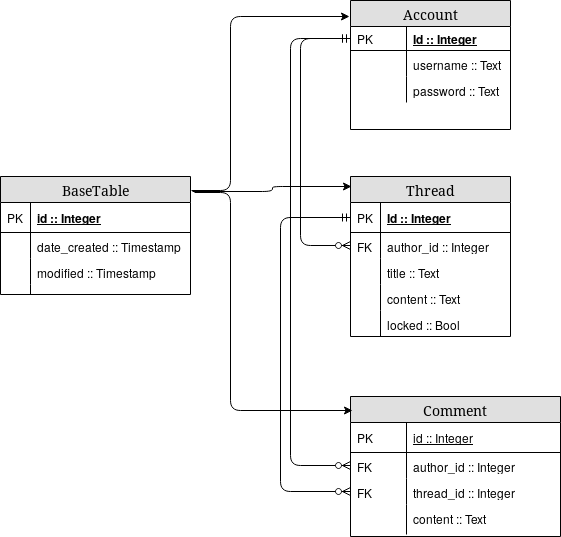
Before: docs/ERD_diagram.png, a diagram exported from draw.io (TetsuHari/MinimalForum). Source tidied: cells renumbered, new cells last; positions are measured from the earlier drawing's top-left corner, leaving out a move shared by most shapes. The source it was exported from:
```xml
<mxGraphModel background="#ffffff">
  <root>
    <mxCell id="0" />
    <mxCell id="1" parent="0" />
    <mxCell id="2" value="Account" style="swimlane;html=1;fontStyle=0;horizontal=1;startSize=26;fillColor=#e0e0e0;swimlaneFillColor=#ffffff;align=center;rounded=0;shadow=0;comic=0;labelBackgroundColor=none;strokeColor=#000000;strokeWidth=1;fontFamily=Verdana;fontSize=14;fontColor=#000000;" parent="1" vertex="1">
      <mxGeometry x="350" width="160" height="129" as="geometry" />
    </mxCell>
    <mxCell id="3" value="&lt;b&gt;Id :: Integer&lt;br&gt;&lt;/b&gt;" style="shape=partialRectangle;top=0;left=0;right=0;bottom=1;html=1;align=left;verticalAlign=middle;fillColor=none;spacingLeft=60;spacingRight=4;whiteSpace=wrap;overflow=hidden;points=[[0,0.5],[1,0.5]];portConstraint=eastwest;fontStyle=4;" parent="2" vertex="1">
      <mxGeometry y="26" width="160" height="24" as="geometry" />
    </mxCell>
    <mxCell id="4" value="PK" style="shape=partialRectangle;fontStyle=0;top=0;left=0;bottom=0;html=1;fillColor=none;align=left;verticalAlign=middle;spacingLeft=4;spacingRight=4;whiteSpace=wrap;overflow=hidden;" parent="3" vertex="1">
      <mxGeometry width="56" height="24" as="geometry" />
    </mxCell>
    <mxCell id="5" value="username :: Text" style="shape=partialRectangle;top=0;left=0;right=0;bottom=0;html=1;align=left;verticalAlign=top;fillColor=none;spacingLeft=60;spacingRight=4;whiteSpace=wrap;overflow=hidden;" parent="2" vertex="1">
      <mxGeometry y="50" width="160" height="26" as="geometry" />
    </mxCell>
    <mxCell id="6" style="shape=partialRectangle;top=0;left=0;bottom=0;html=1;fillColor=none;align=left;verticalAlign=top;spacingLeft=4;spacingRight=4;whiteSpace=wrap;overflow=hidden;" parent="5" vertex="1">
      <mxGeometry width="56" height="26" as="geometry" />
    </mxCell>
    <mxCell id="7" value="password :: Text" style="shape=partialRectangle;top=0;left=0;right=0;bottom=0;html=1;align=left;verticalAlign=top;fillColor=none;spacingLeft=60;spacingRight=4;whiteSpace=wrap;overflow=hidden;" parent="2" vertex="1">
      <mxGeometry y="76" width="160" height="26" as="geometry" />
    </mxCell>
    <mxCell id="8" style="shape=partialRectangle;top=0;left=0;bottom=0;html=1;fillColor=none;align=left;verticalAlign=top;spacingLeft=4;spacingRight=4;whiteSpace=wrap;overflow=hidden;" parent="7" vertex="1">
      <mxGeometry width="56" height="26" as="geometry" />
    </mxCell>
    <mxCell id="9" value="Thread" style="swimlane;html=1;fontStyle=0;horizontal=1;startSize=26;fillColor=#e0e0e0;swimlaneFillColor=#ffffff;align=center;rounded=0;shadow=0;comic=0;labelBackgroundColor=none;strokeColor=#000000;strokeWidth=1;fontFamily=Verdana;fontSize=14;fontColor=#000000;" parent="1" vertex="1">
      <mxGeometry x="350" y="176" width="160" height="160" as="geometry" />
    </mxCell>
    <mxCell id="10" value="Id :: Integer" style="shape=partialRectangle;top=0;left=0;right=0;bottom=1;html=1;align=left;verticalAlign=middle;fillColor=none;spacingLeft=34;spacingRight=4;whiteSpace=wrap;overflow=hidden;points=[[0,0.5],[1,0.5]];portConstraint=eastwest;fontStyle=5;" parent="9" vertex="1">
      <mxGeometry y="26" width="160" height="30" as="geometry" />
    </mxCell>
    <mxCell id="11" value="PK" style="shape=partialRectangle;top=0;left=0;bottom=0;html=1;fillColor=none;align=left;verticalAlign=middle;spacingLeft=4;spacingRight=4;whiteSpace=wrap;overflow=hidden;" parent="10" vertex="1">
      <mxGeometry width="30" height="30" as="geometry" />
    </mxCell>
    <mxCell id="12" value="author_id :: Integer" style="shape=partialRectangle;top=0;left=0;right=0;bottom=0;html=1;align=left;verticalAlign=top;fillColor=none;spacingLeft=34;spacingRight=4;whiteSpace=wrap;overflow=hidden;points=[[0,0.5],[1,0.5]];portConstraint=eastwest;" parent="9" vertex="1">
      <mxGeometry y="56" width="160" height="26" as="geometry" />
    </mxCell>
    <mxCell id="13" value="FK" style="shape=partialRectangle;top=0;left=0;bottom=0;html=1;fillColor=none;align=left;verticalAlign=top;spacingLeft=4;spacingRight=4;whiteSpace=wrap;overflow=hidden;" parent="12" vertex="1">
      <mxGeometry width="30" height="26" as="geometry" />
    </mxCell>
    <mxCell id="14" value="title :: Text" style="shape=partialRectangle;top=0;left=0;right=0;bottom=0;html=1;align=left;verticalAlign=top;fillColor=none;spacingLeft=34;spacingRight=4;whiteSpace=wrap;overflow=hidden;" parent="9" vertex="1">
      <mxGeometry y="82" width="160" height="26" as="geometry" />
    </mxCell>
    <mxCell id="15" style="shape=partialRectangle;top=0;left=0;bottom=0;html=1;fillColor=none;align=left;verticalAlign=top;spacingLeft=4;spacingRight=4;whiteSpace=wrap;overflow=hidden;" parent="14" vertex="1">
      <mxGeometry width="30" height="26" as="geometry" />
    </mxCell>
    <mxCell id="16" value="content :: Text" style="shape=partialRectangle;top=0;left=0;right=0;bottom=0;html=1;align=left;verticalAlign=top;fillColor=none;spacingLeft=34;spacingRight=4;whiteSpace=wrap;overflow=hidden;" parent="9" vertex="1">
      <mxGeometry y="108" width="160" height="26" as="geometry" />
    </mxCell>
    <mxCell id="17" style="shape=partialRectangle;top=0;left=0;bottom=0;html=1;fillColor=none;align=left;verticalAlign=top;spacingLeft=4;spacingRight=4;whiteSpace=wrap;overflow=hidden;" parent="16" vertex="1">
      <mxGeometry width="30" height="26" as="geometry" />
    </mxCell>
    <mxCell id="18" value="locked :: Bool" style="shape=partialRectangle;top=0;left=0;right=0;bottom=0;html=1;align=left;verticalAlign=top;fillColor=none;spacingLeft=34;spacingRight=4;whiteSpace=wrap;overflow=hidden;" parent="9" vertex="1">
      <mxGeometry y="134" width="160" height="26" as="geometry" />
    </mxCell>
    <mxCell id="19" style="shape=partialRectangle;top=0;left=0;bottom=0;html=1;fillColor=none;align=left;verticalAlign=top;spacingLeft=4;spacingRight=4;whiteSpace=wrap;overflow=hidden;" parent="18" vertex="1">
      <mxGeometry width="30" height="26" as="geometry" />
    </mxCell>
    <mxCell id="20" value="Comment" style="swimlane;html=1;fontStyle=0;horizontal=1;startSize=26;fillColor=#e0e0e0;swimlaneFillColor=#ffffff;align=center;rounded=0;shadow=0;comic=0;labelBackgroundColor=none;strokeColor=#000000;strokeWidth=1;fontFamily=Verdana;fontSize=14;fontColor=#000000;" parent="1" vertex="1">
      <mxGeometry x="350" y="396" width="210" height="140" as="geometry" />
    </mxCell>
    <mxCell id="21" value="id :: Integer" style="shape=partialRectangle;top=0;left=0;right=0;bottom=1;html=1;align=left;verticalAlign=middle;fillColor=none;spacingLeft=60;spacingRight=4;whiteSpace=wrap;overflow=hidden;points=[[0,0.5],[1,0.5]];portConstraint=eastwest;fontStyle=4;" parent="20" vertex="1">
      <mxGeometry y="26" width="210" height="30" as="geometry" />
    </mxCell>
    <mxCell id="22" value="PK" style="shape=partialRectangle;fontStyle=0;top=0;left=0;bottom=0;html=1;fillColor=none;align=left;verticalAlign=middle;spacingLeft=4;spacingRight=4;whiteSpace=wrap;overflow=hidden;" parent="21" vertex="1">
      <mxGeometry width="56" height="30" as="geometry" />
    </mxCell>
    <mxCell id="23" value="author_id :: Integer" style="shape=partialRectangle;top=0;left=0;right=0;bottom=0;html=1;align=left;verticalAlign=top;fillColor=none;spacingLeft=60;spacingRight=4;whiteSpace=wrap;overflow=hidden;points=[[0,0.5],[1,0.5]];portConstraint=eastwest;" parent="20" vertex="1">
      <mxGeometry y="56" width="210" height="26" as="geometry" />
    </mxCell>
    <mxCell id="24" value="FK" style="shape=partialRectangle;top=0;left=0;bottom=0;html=1;fillColor=none;align=left;verticalAlign=top;spacingLeft=4;spacingRight=4;whiteSpace=wrap;overflow=hidden;" parent="23" vertex="1">
      <mxGeometry width="56" height="26" as="geometry" />
    </mxCell>
    <mxCell id="25" value="thread_id :: Integer" style="shape=partialRectangle;top=0;left=0;right=0;bottom=0;html=1;align=left;verticalAlign=top;fillColor=none;spacingLeft=60;spacingRight=4;whiteSpace=wrap;overflow=hidden;points=[[0,0.5],[1,0.5]];portConstraint=eastwest;" parent="20" vertex="1">
      <mxGeometry y="82" width="210" height="26" as="geometry" />
    </mxCell>
    <mxCell id="26" value="FK" style="shape=partialRectangle;top=0;left=0;bottom=0;html=1;fillColor=none;align=left;verticalAlign=top;spacingLeft=4;spacingRight=4;whiteSpace=wrap;overflow=hidden;" parent="25" vertex="1">
      <mxGeometry width="56" height="26" as="geometry" />
    </mxCell>
    <mxCell id="27" value="content :: Text" style="shape=partialRectangle;top=0;left=0;right=0;bottom=0;html=1;align=left;verticalAlign=top;fillColor=none;spacingLeft=60;spacingRight=4;whiteSpace=wrap;overflow=hidden;" parent="20" vertex="1">
      <mxGeometry y="108" width="210" height="30" as="geometry" />
    </mxCell>
    <mxCell id="28" style="shape=partialRectangle;top=0;left=0;bottom=0;html=1;fillColor=none;align=left;verticalAlign=top;spacingLeft=4;spacingRight=4;whiteSpace=wrap;overflow=hidden;" parent="27" vertex="1">
      <mxGeometry width="56" height="30" as="geometry" />
    </mxCell>
    <mxCell id="29" value="BaseTable" style="swimlane;html=1;fontStyle=0;horizontal=1;startSize=26;fillColor=#e0e0e0;swimlaneFillColor=#ffffff;align=center;rounded=0;shadow=0;comic=0;labelBackgroundColor=none;strokeColor=#000000;strokeWidth=1;fontFamily=Verdana;fontSize=14;fontColor=#000000;" parent="1" vertex="1">
      <mxGeometry y="176" width="190" height="118" as="geometry" />
    </mxCell>
    <mxCell id="30" value="id :: Integer" style="shape=partialRectangle;top=0;left=0;right=0;bottom=1;html=1;align=left;verticalAlign=middle;fillColor=none;spacingLeft=34;spacingRight=4;whiteSpace=wrap;overflow=hidden;fontStyle=5;" parent="29" vertex="1">
      <mxGeometry y="26" width="190" height="30" as="geometry" />
    </mxCell>
    <mxCell id="31" value="PK" style="shape=partialRectangle;top=0;left=0;bottom=0;html=1;fillColor=none;align=left;verticalAlign=middle;spacingLeft=4;spacingRight=4;whiteSpace=wrap;overflow=hidden;" parent="30" vertex="1">
      <mxGeometry width="30" height="30" as="geometry" />
    </mxCell>
    <mxCell id="32" value="date_created :: Timestamp" style="shape=partialRectangle;top=0;left=0;right=0;bottom=0;html=1;align=left;verticalAlign=top;fillColor=none;spacingLeft=34;spacingRight=4;whiteSpace=wrap;overflow=hidden;" parent="29" vertex="1">
      <mxGeometry y="56" width="190" height="26" as="geometry" />
    </mxCell>
    <mxCell id="33" style="shape=partialRectangle;top=0;left=0;bottom=0;html=1;fillColor=none;align=left;verticalAlign=top;spacingLeft=4;spacingRight=4;whiteSpace=wrap;overflow=hidden;" parent="32" vertex="1">
      <mxGeometry width="30" height="26" as="geometry" />
    </mxCell>
    <mxCell id="34" value="modified :: Timestamp" style="shape=partialRectangle;top=0;left=0;right=0;bottom=0;html=1;align=left;verticalAlign=top;fillColor=none;spacingLeft=34;spacingRight=4;whiteSpace=wrap;overflow=hidden;" parent="29" vertex="1">
      <mxGeometry y="82" width="190" height="26" as="geometry" />
    </mxCell>
    <mxCell id="35" style="shape=partialRectangle;top=0;left=0;bottom=0;html=1;fillColor=none;align=left;verticalAlign=top;spacingLeft=4;spacingRight=4;whiteSpace=wrap;overflow=hidden;" parent="34" vertex="1">
      <mxGeometry width="30" height="26" as="geometry" />
    </mxCell>
    <mxCell id="36" style="shape=partialRectangle;top=0;left=0;right=0;bottom=0;html=1;align=left;verticalAlign=top;fillColor=none;spacingLeft=34;spacingRight=4;whiteSpace=wrap;overflow=hidden;" parent="29" vertex="1">
      <mxGeometry y="108" width="190" height="10" as="geometry" />
    </mxCell>
    <mxCell id="37" style="shape=partialRectangle;top=0;left=0;bottom=0;html=1;fillColor=none;align=left;verticalAlign=top;spacingLeft=4;spacingRight=4;whiteSpace=wrap;overflow=hidden;" parent="36" vertex="1">
      <mxGeometry width="30" height="10" as="geometry" />
    </mxCell>
    <mxCell id="38" style="edgeStyle=orthogonalEdgeStyle;fontSize=12;html=1;endArrow=ERzeroToMany;startArrow=ERmandOne;entryX=0;entryY=0.5;entryDx=0;entryDy=0;exitX=0;exitY=0.5;exitDx=0;exitDy=0;" parent="1" edge="1" source="10" target="25">
      <mxGeometry relative="1" as="geometry">
        <Array as="points">
          <mxPoint x="280" y="217" />
          <mxPoint x="280" y="491" />
        </Array>
      </mxGeometry>
    </mxCell>
    <mxCell id="39" style="edgeStyle=elbowEdgeStyle;fontSize=12;html=1;endArrow=ERzeroToMany;startArrow=ERmandOne;entryX=0;entryY=0.5;entryDx=0;entryDy=0;exitX=0;exitY=0.5;exitDx=0;exitDy=0;" parent="1" edge="1" source="3" target="23">
      <mxGeometry relative="1" as="geometry">
        <Array as="points">
          <mxPoint x="290" y="256" />
        </Array>
      </mxGeometry>
    </mxCell>
    <mxCell id="40" style="edgeStyle=elbowEdgeStyle;fontSize=12;html=1;endArrow=ERzeroToMany;startArrow=ERmandOne;exitX=0;exitY=0.5;exitDx=0;exitDy=0;entryX=0;entryY=0.5;entryDx=0;entryDy=0;" parent="1" edge="1" source="3" target="12">
      <mxGeometry relative="1" as="geometry">
        <Array as="points">
          <mxPoint x="300" y="155" />
        </Array>
      </mxGeometry>
    </mxCell>
    <mxCell id="41" style="endArrow=classic;html=1;entryX=-0.006;entryY=0.124;entryDx=0;entryDy=0;entryPerimeter=0;exitX=1.005;exitY=0.119;exitDx=0;exitDy=0;exitPerimeter=0;edgeStyle=orthogonalEdgeStyle;" parent="1" edge="1" source="29" target="2">
      <mxGeometry relative="1" as="geometry">
        <Array as="points">
          <mxPoint x="230" y="190" />
          <mxPoint x="230" y="16" />
        </Array>
      </mxGeometry>
    </mxCell>
    <mxCell id="42" style="endArrow=classic;html=1;exitX=1.011;exitY=0.127;exitDx=0;exitDy=0;exitPerimeter=0;edgeStyle=elbowEdgeStyle;" parent="1" edge="1" source="29">
      <mxGeometry relative="1" as="geometry">
        <mxPoint x="351" y="186" as="targetPoint" />
      </mxGeometry>
    </mxCell>
    <mxCell id="43" style="endArrow=classic;html=1;entryX=0.01;entryY=0.1;entryDx=0;entryDy=0;entryPerimeter=0;exitX=1.021;exitY=0.136;exitDx=0;exitDy=0;exitPerimeter=0;edgeStyle=elbowEdgeStyle;" parent="1" edge="1" source="29" target="20">
      <mxGeometry relative="1" as="geometry">
        <Array as="points">
          <mxPoint x="230" y="296" />
        </Array>
      </mxGeometry>
    </mxCell>
  </root>
</mxGraphModel>
```
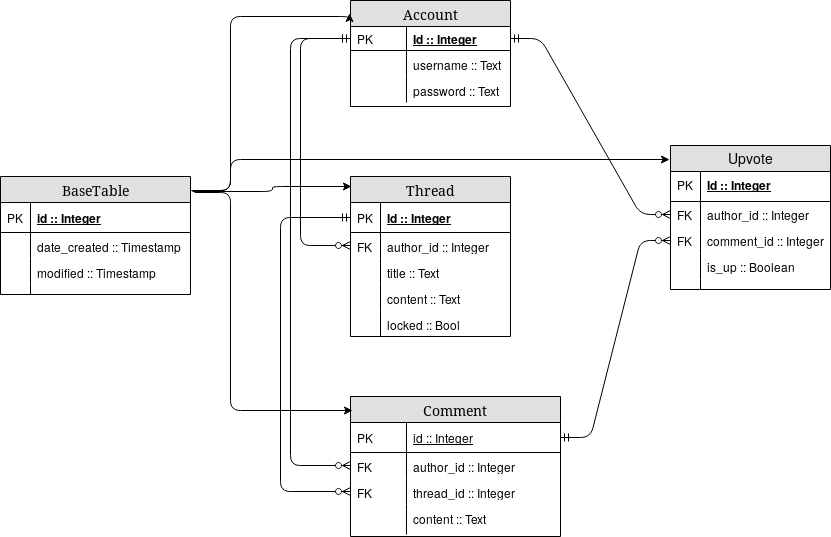
After the commit.

Diff of the diagram source:
```diff
@@ -3,7 +3,7 @@
     <mxCell id="0" />
     <mxCell id="1" parent="0" />
     <mxCell id="2" value="Account" style="swimlane;html=1;fontStyle=0;horizontal=1;startSize=26;fillColor=#e0e0e0;swimlaneFillColor=#ffffff;align=center;rounded=0;shadow=0;comic=0;labelBackgroundColor=none;strokeColor=#000000;strokeWidth=1;fontFamily=Verdana;fontSize=14;fontColor=#000000;" parent="1" vertex="1">
-      <mxGeometry x="350" width="160" height="129" as="geometry" />
+      <mxGeometry x="350" width="160" height="106" as="geometry" />
     </mxCell>
     <mxCell id="3" value="&lt;b&gt;Id :: Integer&lt;br&gt;&lt;/b&gt;" style="shape=partialRectangle;top=0;left=0;right=0;bottom=1;html=1;align=left;verticalAlign=middle;fillColor=none;spacingLeft=60;spacingRight=4;whiteSpace=wrap;overflow=hidden;points=[[0,0.5],[1,0.5]];portConstraint=eastwest;fontStyle=4;" parent="2" vertex="1">
       <mxGeometry y="26" width="160" height="24" as="geometry" />
@@ -152,5 +152,51 @@
         </Array>
       </mxGeometry>
     </mxCell>
+    <mxCell id="44" value="Upvote" style="swimlane;fontStyle=0;horizontal=1;startSize=26;fillColor=#e0e0e0;swimlaneFillColor=#ffffff;align=center;fontSize=14;" parent="1" vertex="1">
+      <mxGeometry x="670" y="145" width="160" height="144" as="geometry" />
+    </mxCell>
+    <mxCell id="45" value="Id :: Integer" style="shape=partialRectangle;top=0;left=0;right=0;bottom=1;align=left;verticalAlign=middle;fillColor=none;spacingLeft=34;spacingRight=4;overflow=hidden;fontStyle=5;fontSize=12;" parent="44" vertex="1">
+      <mxGeometry y="26" width="160" height="30" as="geometry" />
+    </mxCell>
+    <mxCell id="46" value="PK" style="shape=partialRectangle;top=0;left=0;bottom=0;fillColor=none;align=left;verticalAlign=middle;spacingLeft=4;spacingRight=4;overflow=hidden;fontSize=12;" parent="45" vertex="1">
+      <mxGeometry width="30" height="30" as="geometry" />
+    </mxCell>
+    <mxCell id="47" value="author_id :: Integer" style="shape=partialRectangle;top=0;left=0;right=0;bottom=0;align=left;verticalAlign=top;fillColor=none;spacingLeft=34;spacingRight=4;overflow=hidden;points=[[0,0.5],[1,0.5]];portConstraint=eastwest;fontSize=12;" parent="44" vertex="1">
+      <mxGeometry y="56" width="160" height="26" as="geometry" />
+    </mxCell>
+    <mxCell id="48" value="FK" style="shape=partialRectangle;top=0;left=0;bottom=0;fillColor=none;align=left;verticalAlign=top;spacingLeft=4;spacingRight=4;overflow=hidden;fontSize=12;" parent="47" vertex="1">
+      <mxGeometry width="30" height="26" as="geometry" />
+    </mxCell>
+    <mxCell id="49" value="comment_id :: Integer" style="shape=partialRectangle;top=0;left=0;right=0;bottom=0;align=left;verticalAlign=top;fillColor=none;spacingLeft=34;spacingRight=4;overflow=hidden;points=[[0,0.5],[1,0.5]];portConstraint=eastwest;fontSize=12;" parent="44" vertex="1">
+      <mxGeometry y="82" width="160" height="26" as="geometry" />
+    </mxCell>
+    <mxCell id="50" value="FK" style="shape=partialRectangle;top=0;left=0;bottom=0;fillColor=none;align=left;verticalAlign=top;spacingLeft=4;spacingRight=4;overflow=hidden;fontSize=12;" parent="49" vertex="1">
+      <mxGeometry width="30" height="26" as="geometry" />
+    </mxCell>
+    <mxCell id="51" value="is_up :: Boolean" style="shape=partialRectangle;top=0;left=0;right=0;bottom=0;align=left;verticalAlign=top;fillColor=none;spacingLeft=34;spacingRight=4;overflow=hidden;fontSize=12;" parent="44" vertex="1">
+      <mxGeometry y="108" width="160" height="26" as="geometry" />
+    </mxCell>
+    <mxCell id="52" style="shape=partialRectangle;top=0;left=0;bottom=0;fillColor=none;align=left;verticalAlign=top;spacingLeft=4;spacingRight=4;overflow=hidden;fontSize=12;" parent="51" vertex="1">
+      <mxGeometry width="30" height="26" as="geometry" />
+    </mxCell>
+    <mxCell id="53" style="shape=partialRectangle;top=0;left=0;right=0;bottom=0;align=left;verticalAlign=top;fillColor=none;spacingLeft=34;spacingRight=4;overflow=hidden;fontSize=12;" parent="44" vertex="1">
+      <mxGeometry y="134" width="160" height="10" as="geometry" />
+    </mxCell>
+    <mxCell id="54" style="shape=partialRectangle;top=0;left=0;bottom=0;fillColor=none;align=left;verticalAlign=top;spacingLeft=4;spacingRight=4;overflow=hidden;fontSize=12;" parent="53" vertex="1">
+      <mxGeometry width="30" height="10" as="geometry" />
+    </mxCell>
+    <mxCell id="55" style="endArrow=classic;html=1;entryX=-0.006;entryY=0.097;entryDx=0;entryDy=0;entryPerimeter=0;exitX=1.005;exitY=0.119;exitDx=0;exitDy=0;exitPerimeter=0;edgeStyle=elbowEdgeStyle;" parent="1" edge="1" source="29" target="44">
+      <mxGeometry relative="1" as="geometry">
+        <Array as="points">
+          <mxPoint x="230" y="176" />
+        </Array>
+      </mxGeometry>
+    </mxCell>
+    <mxCell id="56" style="edgeStyle=entityRelationEdgeStyle;fontSize=12;html=1;endArrow=ERzeroToMany;startArrow=ERmandOne;exitX=1;exitY=0.5;exitDx=0;exitDy=0;entryX=0;entryY=0.5;entryDx=0;entryDy=0;" parent="1" edge="1" source="3" target="47">
+      <mxGeometry relative="1" as="geometry" />
+    </mxCell>
+    <mxCell id="57" style="edgeStyle=entityRelationEdgeStyle;fontSize=12;html=1;endArrow=ERzeroToMany;startArrow=ERmandOne;exitX=1;exitY=0.5;exitDx=0;exitDy=0;entryX=0;entryY=0.5;entryDx=0;entryDy=0;" parent="1" edge="1" source="21" target="49">
+      <mxGeometry relative="1" as="geometry" />
+    </mxCell>
   </root>
 </mxGraphModel>
```
